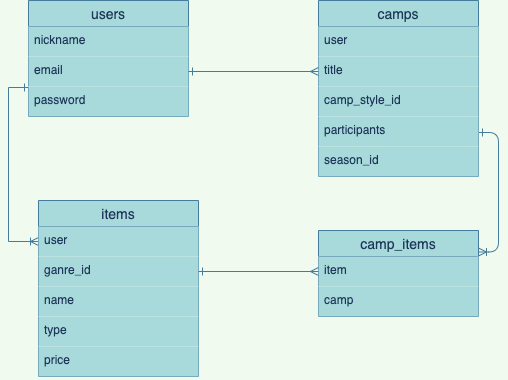
Earlier version of the draw.io export public/database.png (motoki6318/camp-style). Source tidied: cells renumbered, new cells last; positions are measured from the earlier drawing's top-left corner, leaving out a move shared by most shapes.
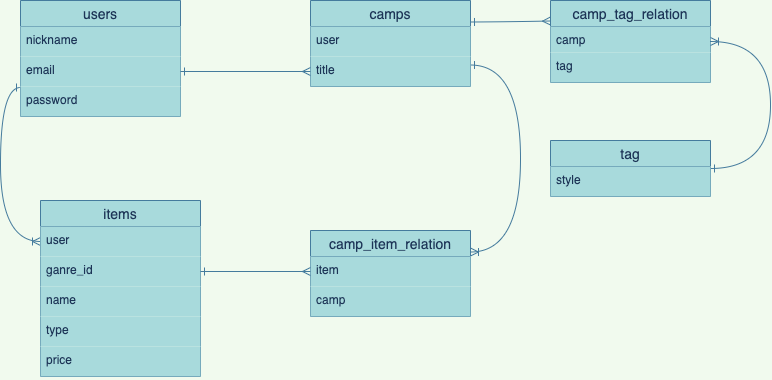
The same file after the commit.

The edit, as a diff of the source:
```diff
@@ -2,8 +2,13 @@
   <root>
     <mxCell id="0" />
     <mxCell id="1" parent="0" />
-    <mxCell id="2" style="edgeStyle=orthogonalEdgeStyle;rounded=0;jettySize=auto;html=1;exitX=0;exitY=0.75;exitDx=0;exitDy=0;entryX=0;entryY=0.5;entryDx=0;entryDy=0;endArrow=ERoneToMany;endFill=0;startArrow=ERone;startFill=0;strokeColor=#457B9D;fontColor=#1D3557;labelBackgroundColor=#F1FAEE;" parent="1" edge="1" source="3" target="15">
-      <mxGeometry relative="1" as="geometry" />
+    <mxCell id="2" style="edgeStyle=orthogonalEdgeStyle;rounded=0;jettySize=auto;html=1;exitX=0;exitY=0.75;exitDx=0;exitDy=0;entryX=0;entryY=0.5;entryDx=0;entryDy=0;endArrow=ERoneToMany;endFill=0;startArrow=ERone;startFill=0;strokeColor=#457B9D;fontColor=#1D3557;labelBackgroundColor=#F1FAEE;curved=1;" parent="1" edge="1" source="3" target="15">
+      <mxGeometry relative="1" as="geometry">
+        <Array as="points">
+          <mxPoint x="-20" y="87" />
+          <mxPoint x="-20" y="241" />
+        </Array>
+      </mxGeometry>
     </mxCell>
     <mxCell id="3" value="users" style="swimlane;fontStyle=0;horizontal=1;startSize=26;align=center;fontSize=14;fillColor=#A8DADC;strokeColor=#457B9D;fontColor=#1D3557;" parent="1" vertex="1">
       <mxGeometry width="160" height="116" as="geometry" />
@@ -17,11 +22,19 @@
     <mxCell id="6" value="password" style="text;strokeColor=none;spacingLeft=4;spacingRight=4;overflow=hidden;fontSize=12;fillColor=#A8DADC;fontColor=#1D3557;" parent="3" vertex="1">
       <mxGeometry y="86" width="160" height="30" as="geometry" />
     </mxCell>
-    <mxCell id="7" style="edgeStyle=orthogonalEdgeStyle;curved=0;rounded=1;sketch=0;jettySize=auto;html=1;exitX=1;exitY=0.75;exitDx=0;exitDy=0;entryX=1;entryY=0.25;entryDx=0;entryDy=0;strokeColor=#457B9D;fillColor=#A8DADC;fontColor=#1D3557;endArrow=ERoneToMany;endFill=0;startArrow=ERone;startFill=0;" parent="1" edge="1" source="8" target="21">
-      <mxGeometry relative="1" as="geometry" />
+    <mxCell id="7" style="edgeStyle=orthogonalEdgeStyle;rounded=1;sketch=0;jettySize=auto;html=1;exitX=1;exitY=0.75;exitDx=0;exitDy=0;entryX=1;entryY=0.25;entryDx=0;entryDy=0;strokeColor=#457B9D;fillColor=#A8DADC;fontColor=#1D3557;endArrow=ERoneToMany;endFill=0;startArrow=ERone;startFill=0;labelBackgroundColor=#F1FAEE;curved=1;" parent="1" edge="1" source="8" target="21">
+      <mxGeometry relative="1" as="geometry">
+        <Array as="points">
+          <mxPoint x="500" y="65" />
+          <mxPoint x="500" y="252" />
+        </Array>
+      </mxGeometry>
     </mxCell>
+    <mxCell id="25" style="edgeStyle=orthogonalEdgeStyle;rounded=0;jettySize=auto;html=1;exitX=1;exitY=0.25;exitDx=0;exitDy=0;entryX=0;entryY=0.25;entryDx=0;entryDy=0;startArrow=ERone;startFill=0;endArrow=ERmany;endFill=0;labelBackgroundColor=#F1FAEE;strokeColor=#457B9D;fontColor=#1D3557;curved=1;" parent="1" edge="1" source="8" target="26">
+      <mxGeometry relative="1" as="geometry" />
+    </mxCell>
     <mxCell id="8" value="camps" style="swimlane;fontStyle=0;horizontal=1;startSize=26;align=center;fontSize=14;fillColor=#A8DADC;strokeColor=#457B9D;fontColor=#1D3557;" parent="1" vertex="1">
-      <mxGeometry x="290" width="160" height="176" as="geometry" />
+      <mxGeometry x="290" width="160" height="86" as="geometry" />
     </mxCell>
     <mxCell id="9" value="user" style="text;strokeColor=none;spacingLeft=4;spacingRight=4;overflow=hidden;fontSize=12;fillColor=#A8DADC;fontColor=#1D3557;" parent="8" vertex="1">
       <mxGeometry y="26" width="160" height="30" as="geometry" />
@@ -29,17 +42,8 @@
     <mxCell id="10" value="title" style="text;strokeColor=none;spacingLeft=4;spacingRight=4;overflow=hidden;points=[[0,0.5],[1,0.5]];portConstraint=eastwest;fontSize=12;fillColor=#A8DADC;fontColor=#1D3557;" parent="8" vertex="1">
       <mxGeometry y="56" width="160" height="30" as="geometry" />
     </mxCell>
-    <mxCell id="11" value="camp_style_id" style="text;strokeColor=none;spacingLeft=4;spacingRight=4;overflow=hidden;fontSize=12;fillColor=#A8DADC;fontColor=#1D3557;" parent="8" vertex="1">
-      <mxGeometry y="86" width="160" height="30" as="geometry" />
-    </mxCell>
-    <mxCell id="12" value="participants" style="text;strokeColor=none;spacingLeft=4;spacingRight=4;overflow=hidden;fontSize=12;fillColor=#A8DADC;fontColor=#1D3557;" parent="8" vertex="1">
-      <mxGeometry y="116" width="160" height="30" as="geometry" />
-    </mxCell>
-    <mxCell id="13" value="season_id" style="text;strokeColor=none;spacingLeft=4;spacingRight=4;overflow=hidden;fontSize=12;fillColor=#A8DADC;fontColor=#1D3557;" parent="8" vertex="1">
-      <mxGeometry y="146" width="160" height="30" as="geometry" />
-    </mxCell>
     <mxCell id="14" value="items" style="swimlane;fontStyle=0;horizontal=1;startSize=26;align=center;fontSize=14;fillColor=#A8DADC;strokeColor=#457B9D;fontColor=#1D3557;" parent="1" vertex="1">
-      <mxGeometry x="10" y="200" width="160" height="176" as="geometry" />
+      <mxGeometry x="20" y="200" width="160" height="176" as="geometry" />
     </mxCell>
     <mxCell id="15" value="user" style="text;strokeColor=none;spacingLeft=4;spacingRight=4;overflow=hidden;points=[[0,0.5],[1,0.5]];portConstraint=eastwest;fontSize=12;fillColor=#A8DADC;fontColor=#1D3557;" parent="14" vertex="1">
       <mxGeometry y="26" width="160" height="30" as="geometry" />
@@ -56,10 +60,10 @@
     <mxCell id="19" value="price" style="text;strokeColor=none;spacingLeft=4;spacingRight=4;overflow=hidden;fontSize=12;fillColor=#A8DADC;fontColor=#1D3557;" parent="14" vertex="1">
       <mxGeometry y="146" width="160" height="30" as="geometry" />
     </mxCell>
-    <mxCell id="20" style="edgeStyle=orthogonalEdgeStyle;rounded=0;jettySize=auto;html=1;exitX=1;exitY=0.5;exitDx=0;exitDy=0;entryX=0;entryY=0.5;entryDx=0;entryDy=0;endArrow=ERmany;endFill=0;startArrow=ERone;startFill=0;curved=1;fontColor=#1D3557;strokeColor=#457B9D;labelBackgroundColor=#F1FAEE;" parent="1" edge="1" source="5" target="10">
+    <mxCell id="20" style="edgeStyle=orthogonalEdgeStyle;rounded=0;jettySize=auto;html=1;exitX=1;exitY=0.5;exitDx=0;exitDy=0;entryX=0;entryY=0.5;entryDx=0;entryDy=0;endArrow=ERmany;endFill=0;startArrow=ERone;startFill=0;fontColor=#1D3557;strokeColor=#457B9D;labelBackgroundColor=#F1FAEE;curved=1;" parent="1" edge="1" source="5" target="10">
       <mxGeometry relative="1" as="geometry" />
     </mxCell>
-    <mxCell id="21" value="camp_items" style="swimlane;fontStyle=0;horizontal=1;startSize=26;align=center;fontSize=14;fillColor=#A8DADC;strokeColor=#457B9D;fontColor=#1D3557;" parent="1" vertex="1">
+    <mxCell id="21" value="camp_item_relation" style="swimlane;fontStyle=0;horizontal=1;startSize=26;align=center;fontSize=14;fillColor=#A8DADC;strokeColor=#457B9D;fontColor=#1D3557;" parent="1" vertex="1">
       <mxGeometry x="290" y="230" width="160" height="86" as="geometry" />
     </mxCell>
     <mxCell id="22" value="item" style="text;strokeColor=none;spacingLeft=4;spacingRight=4;overflow=hidden;points=[[0,0.5],[1,0.5]];portConstraint=eastwest;fontSize=12;fontColor=#1D3557;fillColor=#A8DADC;" parent="21" vertex="1">
@@ -68,8 +72,31 @@
     <mxCell id="23" value="camp" style="text;strokeColor=none;spacingLeft=4;spacingRight=4;overflow=hidden;fontSize=12;fontColor=#1D3557;fillColor=#A8DADC;" parent="21" vertex="1">
       <mxGeometry y="56" width="160" height="30" as="geometry" />
     </mxCell>
-    <mxCell id="24" style="edgeStyle=orthogonalEdgeStyle;curved=0;rounded=1;sketch=0;jettySize=auto;html=1;exitX=1;exitY=0.5;exitDx=0;exitDy=0;entryX=0;entryY=0.5;entryDx=0;entryDy=0;strokeColor=#457B9D;fillColor=#A8DADC;fontColor=#1D3557;endArrow=ERmany;endFill=0;startArrow=ERone;startFill=0;" parent="1" edge="1" source="16" target="22">
+    <mxCell id="24" style="edgeStyle=orthogonalEdgeStyle;rounded=1;sketch=0;jettySize=auto;html=1;exitX=1;exitY=0.5;exitDx=0;exitDy=0;entryX=0;entryY=0.5;entryDx=0;entryDy=0;strokeColor=#457B9D;fillColor=#A8DADC;fontColor=#1D3557;endArrow=ERmany;endFill=0;startArrow=ERone;startFill=0;labelBackgroundColor=#F1FAEE;curved=1;" parent="1" edge="1" source="16" target="22">
       <mxGeometry relative="1" as="geometry" />
     </mxCell>
+    <mxCell id="26" value="camp_tag_relation" style="swimlane;fontStyle=0;horizontal=1;startSize=26;align=center;fontSize=14;fillColor=#A8DADC;strokeColor=#457B9D;fontColor=#1D3557;" parent="1" vertex="1">
+      <mxGeometry x="530" width="160" height="82" as="geometry" />
+    </mxCell>
+    <mxCell id="27" value="camp" style="text;strokeColor=none;spacingLeft=4;spacingRight=4;overflow=hidden;fontSize=12;fillColor=#A8DADC;fontColor=#1D3557;" parent="26" vertex="1">
+      <mxGeometry y="26" width="160" height="26" as="geometry" />
+    </mxCell>
+    <mxCell id="28" value="tag" style="text;strokeColor=none;spacingLeft=4;spacingRight=4;overflow=hidden;fontSize=12;fillColor=#A8DADC;fontColor=#1D3557;" parent="26" vertex="1">
+      <mxGeometry y="52" width="160" height="30" as="geometry" />
+    </mxCell>
+    <mxCell id="29" style="edgeStyle=orthogonalEdgeStyle;curved=1;rounded=1;sketch=0;jettySize=auto;html=1;exitX=1;exitY=0.5;exitDx=0;exitDy=0;entryX=1;entryY=0.5;entryDx=0;entryDy=0;strokeColor=#457B9D;fillColor=#A8DADC;fontColor=#1D3557;endArrow=ERoneToMany;endFill=0;startArrow=ERone;startFill=0;" parent="1" edge="1" source="30" target="26">
+      <mxGeometry relative="1" as="geometry">
+        <Array as="points">
+          <mxPoint x="750" y="168" />
+          <mxPoint x="750" y="41" />
+        </Array>
+      </mxGeometry>
+    </mxCell>
+    <mxCell id="30" value="tag" style="swimlane;fontStyle=0;horizontal=1;startSize=26;align=center;fontSize=14;fillColor=#A8DADC;strokeColor=#457B9D;fontColor=#1D3557;" parent="1" vertex="1">
+      <mxGeometry x="530" y="140" width="160" height="56" as="geometry" />
+    </mxCell>
+    <mxCell id="31" value="style" style="text;strokeColor=none;spacingLeft=4;spacingRight=4;overflow=hidden;fontSize=12;fillColor=#A8DADC;fontColor=#1D3557;" parent="30" vertex="1">
+      <mxGeometry y="26" width="160" height="30" as="geometry" />
+    </mxCell>
   </root>
 </mxGraphModel>
```
